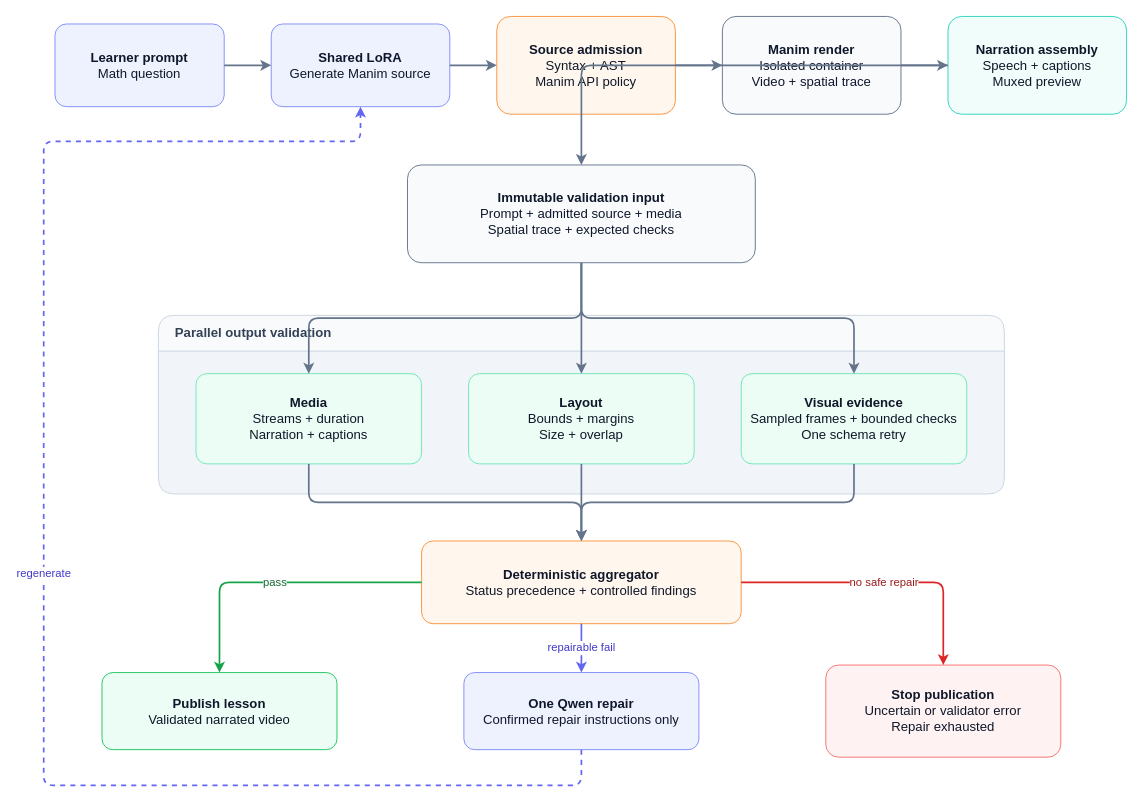
The draw.io diagram assets/math-tutor-system.drawio in splion-360/math-tutor, before the edit. Source tidied: cells renumbered, new cells numbered last; positions are measured from the earlier drawing's top-left corner, leaving out a move shared by most shapes. Both pictures are drawn from the tidied source at 94%, with x=0, y=0 at pixel (43, 16).
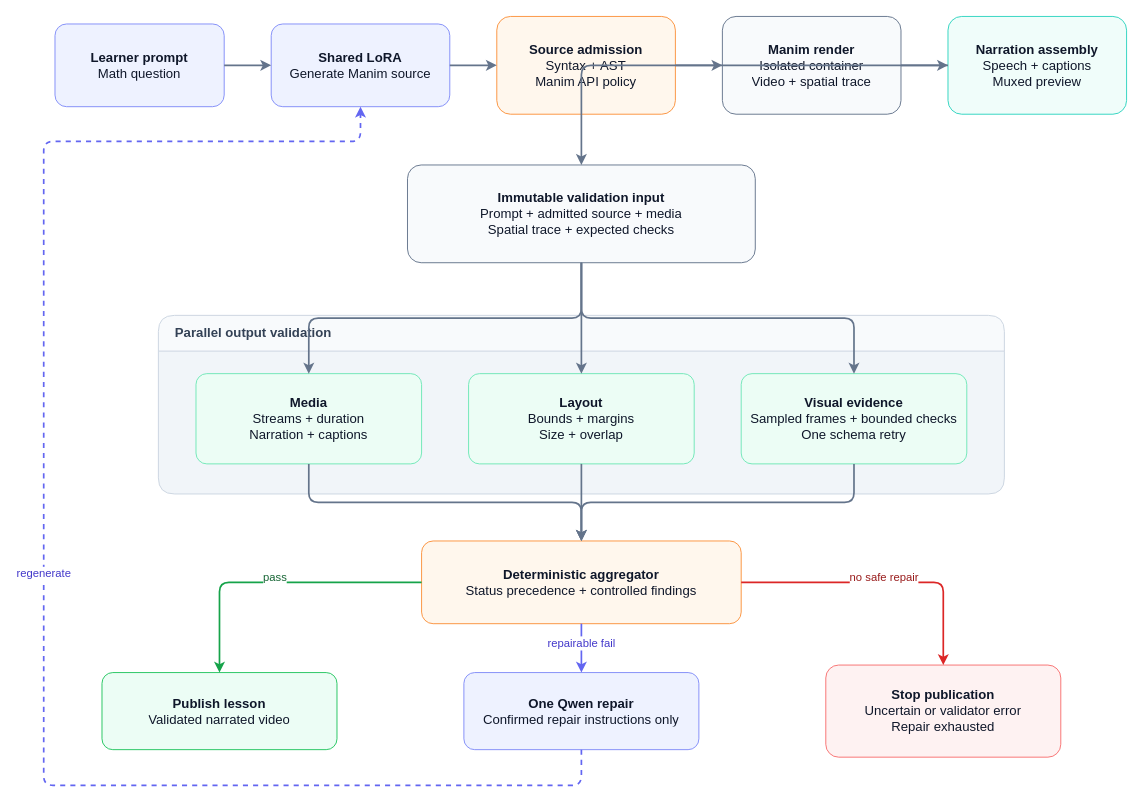
After the change.

Commit message (it also covers changes not shown here):
docs: fix system diagram label overlap

The change refers to these unchanged cells:
```xml
<mxCell id="12" value="&lt;b&gt;Deterministic aggregator&lt;/b&gt;&lt;br&gt;Status precedence + controlled findings" style="rounded=1;arcSize=14;whiteSpace=wrap;html=1;overflow=hidden;align=center;verticalAlign=middle;spacing=8;fillColor=#fff7ed;strokeColor=#fb923c;fontColor=#0f172a;fontSize=14;" parent="1" vertex="1">
  <mxGeometry x="402" y="558" width="340" height="88" as="geometry" />
</mxCell>
<mxCell id="13" value="&lt;b&gt;Publish lesson&lt;/b&gt;&lt;br&gt;Validated narrated video" style="rounded=1;arcSize=14;whiteSpace=wrap;html=1;overflow=hidden;align=center;verticalAlign=middle;spacing=8;fillColor=#ecfdf5;strokeColor=#22c55e;fontColor=#0f172a;fontSize=14;" parent="1" vertex="1">
  <mxGeometry x="62" y="698" width="250" height="82" as="geometry" />
</mxCell>
<mxCell id="14" value="&lt;b&gt;One Qwen repair&lt;/b&gt;&lt;br&gt;Confirmed repair instructions only" style="rounded=1;arcSize=14;whiteSpace=wrap;html=1;overflow=hidden;align=center;verticalAlign=middle;spacing=8;fillColor=#eef2ff;strokeColor=#818cf8;fontColor=#0f172a;fontSize=14;" parent="1" vertex="1">
  <mxGeometry x="447" y="698" width="250" height="82" as="geometry" />
</mxCell>
<mxCell id="15" value="&lt;b&gt;Stop publication&lt;/b&gt;&lt;br&gt;Uncertain or validator error&lt;br&gt;Repair exhausted" style="rounded=1;arcSize=14;whiteSpace=wrap;html=1;overflow=hidden;align=center;verticalAlign=middle;spacing=8;fillColor=#fef2f2;strokeColor=#f87171;fontColor=#0f172a;fontSize=14;" parent="1" vertex="1">
  <mxGeometry x="832" y="690" width="250" height="98" as="geometry" />
</mxCell>
```

What changed in the source:
```diff
@@
-    <mxCell id="27" value="pass" style="edgeStyle=orthogonalEdgeStyle;rounded=1;html=1;strokeColor=#16a34a;fontColor=#166534;fontSize=12;strokeWidth=1.8;endArrow=classic;" parent="1" edge="1" source="12" target="13">
+    <mxCell id="27" value="pass" style="edgeStyle=orthogonalEdgeStyle;rounded=1;html=1;strokeColor=#16a34a;fontColor=#166534;fontSize=12;labelBackgroundColor=#ffffff;spacingBottom=10;strokeWidth=1.8;endArrow=classic;" parent="1" edge="1" source="12" target="13">
       <mxGeometry relative="1" as="geometry" />
     </mxCell>
-    <mxCell id="28" value="repairable fail" style="edgeStyle=orthogonalEdgeStyle;rounded=1;html=1;strokeColor=#6366f1;fontColor=#4338ca;fontSize=12;strokeWidth=1.8;endArrow=classic;" parent="1" edge="1" source="12" target="14">
+    <mxCell id="28" value="repairable fail" style="edgeStyle=orthogonalEdgeStyle;rounded=1;html=1;strokeColor=#6366f1;fontColor=#4338ca;fontSize=12;labelBackgroundColor=#ffffff;spacingBottom=10;strokeWidth=1.8;endArrow=classic;" parent="1" edge="1" source="12" target="14">
       <mxGeometry relative="1" as="geometry" />
     </mxCell>
-    <mxCell id="29" value="no safe repair" style="edgeStyle=orthogonalEdgeStyle;rounded=1;html=1;strokeColor=#dc2626;fontColor=#991b1b;fontSize=12;strokeWidth=1.8;endArrow=classic;" parent="1" edge="1" source="12" target="15">
+    <mxCell id="29" value="no safe repair" style="edgeStyle=orthogonalEdgeStyle;rounded=1;html=1;strokeColor=#dc2626;fontColor=#991b1b;fontSize=12;labelBackgroundColor=#ffffff;spacingBottom=10;strokeWidth=1.8;endArrow=classic;" parent="1" edge="1" source="12" target="15">
       <mxGeometry relative="1" as="geometry" />
     </mxCell>
```
